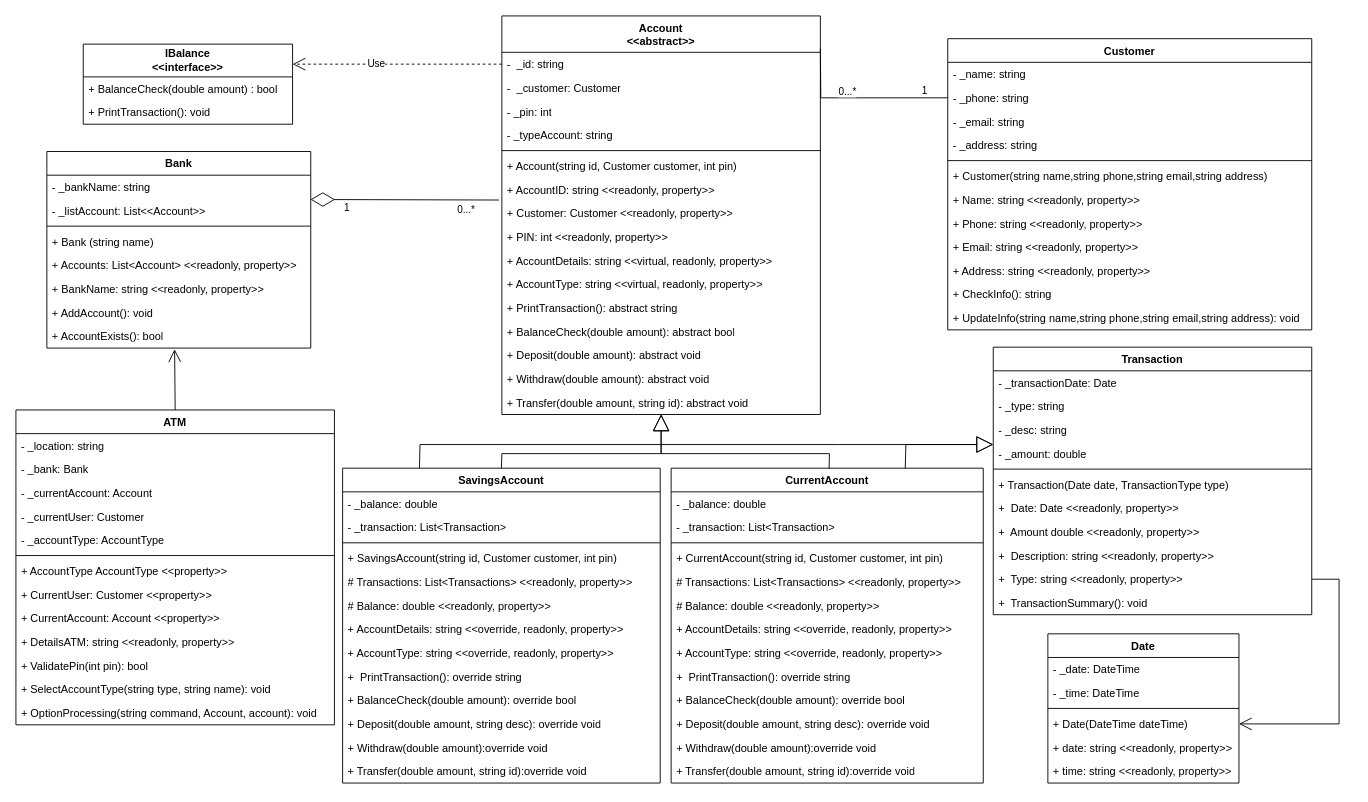
Earlier version of the draw.io diagram page "Level D Class diagram" (1 of 2) of Custom Program Initial Plan (6.3D)/Bank ATM.drawio (marsh826/SwinburneCOS20007). Source tidied: cells renumbered, new cells numbered last; positions are measured from the earlier drawing's top-left corner, leaving out a move shared by most shapes. Both pictures are drawn from the tidied source at 91%, with x=0, y=0 at pixel (15, 15).
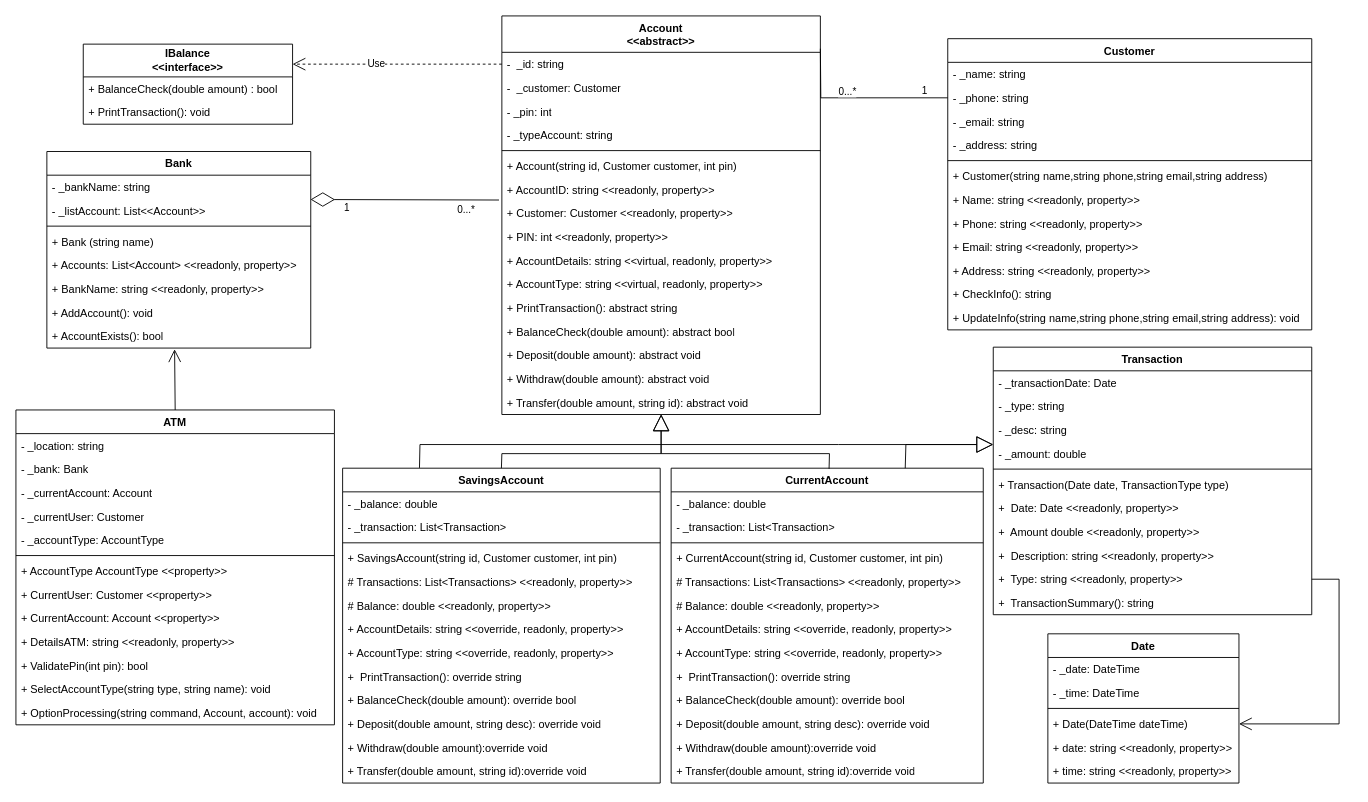
The same page after the edit.

The change refers to these unchanged cells:
```xml
<mxCell id="88" value="Transaction" style="swimlane;fontStyle=1;align=center;verticalAlign=top;horizontal=1;startSize=26;whiteSpace=wrap;html=1;" parent="1" vertex="1">
  <mxGeometry x="1074" y="364" width="350" height="294" as="geometry" />
</mxCell>
```

Diff of the diagram source:
```diff
@@
-    <mxCell id="99" value="+&amp;nbsp; TransactionSummary(): void" style="text;strokeColor=none;fillColor=none;align=left;verticalAlign=top;spacingLeft=4;spacingRight=4;overflow=hidden;whiteSpace=wrap;html=1;" parent="88" vertex="1">
+    <mxCell id="99" value="+&amp;nbsp; TransactionSummary(): string" style="text;strokeColor=none;fillColor=none;align=left;verticalAlign=top;spacingLeft=4;spacingRight=4;overflow=hidden;whiteSpace=wrap;html=1;" parent="88" vertex="1">
       <mxGeometry y="268" width="350" height="26" as="geometry" />
     </mxCell>
```
